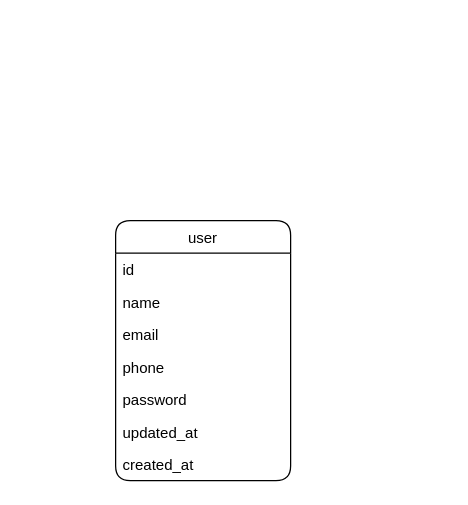
The draw.io diagram laravel-tz.drawio in kudratov25/laravel-branches-resource, before the edit. Source tidied: cells renumbered, new cells numbered last; positions are measured from the earlier drawing's top-left corner, leaving out a move shared by most shapes. Both pictures are drawn from the tidied source at 125%, with x=0, y=0 at pixel (115, 220).
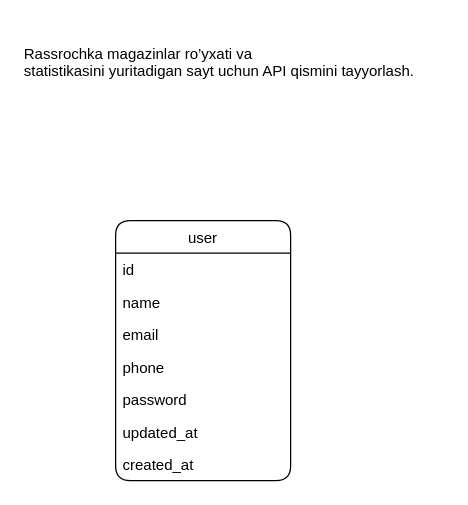
Above is the later version.

The edit, as a diff of the source:
```diff
@@
 <mxGraphModel>
   <root>
     <mxCell id="0" />
     <mxCell id="1" parent="0" />
     <mxCell id="2" value="user" style="swimlane;fontStyle=0;horizontal=1;startSize=26;fillColor=none;rounded=1;swimlaneLine=1;" parent="1" vertex="1">
       <mxGeometry width="140" height="208" as="geometry" />
     </mxCell>
     <mxCell id="3" value="id" style="text;strokeColor=none;fillColor=none;align=left;verticalAlign=top;spacingLeft=4;spacingRight=4;overflow=hidden;" parent="2" vertex="1">
       <mxGeometry y="26" width="140" height="26" as="geometry" />
     </mxCell>
     <mxCell id="4" value="name" style="text;strokeColor=none;fillColor=none;align=left;verticalAlign=top;spacingLeft=4;spacingRight=4;overflow=hidden;" parent="2" vertex="1">
       <mxGeometry y="52" width="140" height="26" as="geometry" />
     </mxCell>
     <mxCell id="5" value="email" style="text;strokeColor=none;fillColor=none;align=left;verticalAlign=top;spacingLeft=4;spacingRight=4;overflow=hidden;" parent="2" vertex="1">
       <mxGeometry y="78" width="140" height="26" as="geometry" />
     </mxCell>
     <mxCell id="6" value="phone" style="text;strokeColor=none;fillColor=none;align=left;verticalAlign=top;spacingLeft=4;spacingRight=4;overflow=hidden;" parent="2" vertex="1">
       <mxGeometry y="104" width="140" height="26" as="geometry" />
     </mxCell>
     <mxCell id="7" value="password" style="text;strokeColor=none;fillColor=none;align=left;verticalAlign=top;spacingLeft=4;spacingRight=4;overflow=hidden;" parent="2" vertex="1">
       <mxGeometry y="130" width="140" height="26" as="geometry" />
     </mxCell>
     <mxCell id="8" value="updated_at" style="text;strokeColor=none;fillColor=none;align=left;verticalAlign=top;spacingLeft=4;spacingRight=4;overflow=hidden;" parent="2" vertex="1">
       <mxGeometry y="156" width="140" height="26" as="geometry" />
     </mxCell>
     <mxCell id="9" value="created_at" style="text;strokeColor=none;fillColor=none;align=left;verticalAlign=top;spacingLeft=4;spacingRight=4;overflow=hidden;" parent="2" vertex="1">
       <mxGeometry y="182" width="140" height="26" as="geometry" />
     </mxCell>
+    <mxCell id="10" value="&lt;p class=&quot;MsoNormal&quot;&gt;&lt;span lang=&quot;EN-US&quot;&gt;Rassrochka magazinlar ro’yxati va&#10;statistikasini yuritadigan sayt uchun API qismini tayyorlash.&lt;/span&gt;&lt;/p&gt;" style="text;whiteSpace=wrap;html=1;" parent="1" vertex="1">
+      <mxGeometry x="-75" y="-159" width="340" height="75" as="geometry" />
+    </mxCell>
   </root>
 </mxGraphModel>
```
